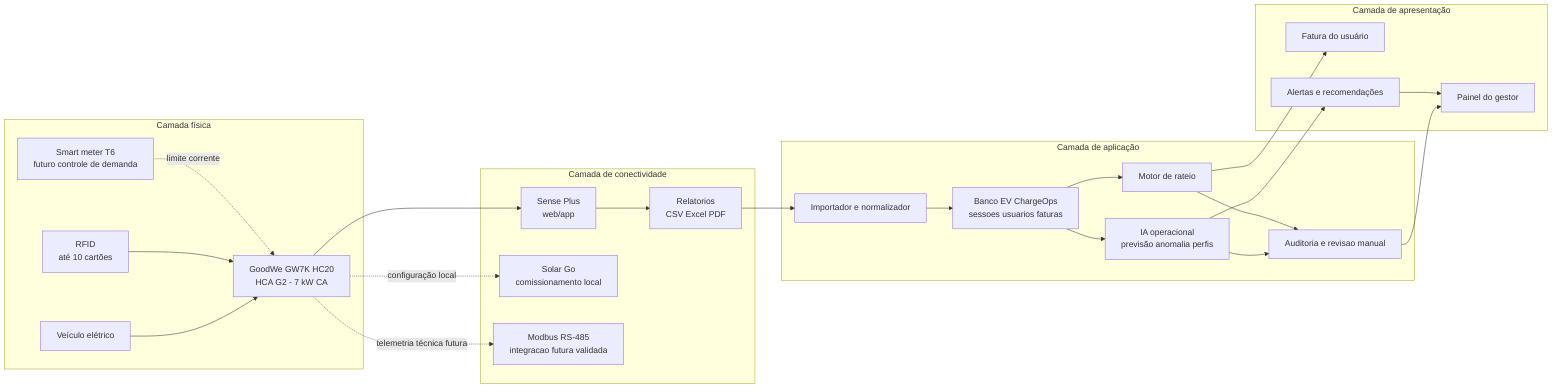
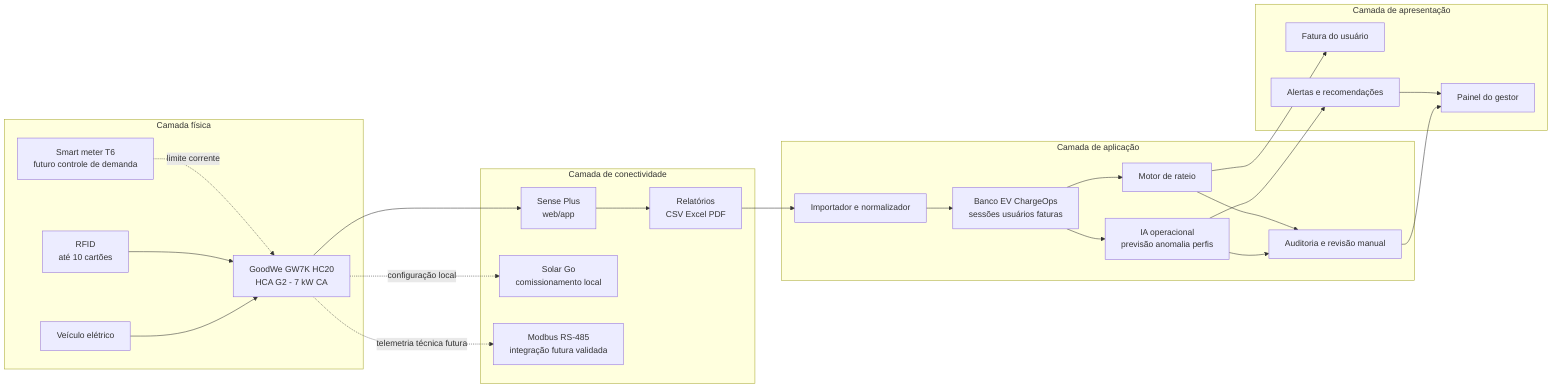
flowchart LR
  subgraph Fisica["Camada física"]
    EV["Veículo elétrico"]
    CHG["GoodWe GW7K HC20\nHCA G2 - 7 kW CA"]
    RFID["RFID\naté 10 cartões"]
    METER["Smart meter T6\nfuturo controle de demanda"]
  end

  subgraph Conectividade["Camada de conectividade"]
    SENSE["Sense Plus\nweb/app"]
    SOLAR["Solar Go\ncomissionamento local"]
-     MODBUS["Modbus RS-485\nintegracao futura validada"]
-     EXPORT["Relatorios\nCSV Excel PDF"]
+     MODBUS["Modbus RS-485\nintegração futura validada"]
+     EXPORT["Relatórios\nCSV Excel PDF"]
  end

  subgraph Aplicacao["Camada de aplicação"]
    IMPORT["Importador e normalizador"]
-     DB["Banco EV ChargeOps\nsessoes usuarios faturas"]
+     DB["Banco EV ChargeOps\nsessões usuários faturas"]
    RATEIO["Motor de rateio"]
    AI["IA operacional\nprevisão anomalia perfis"]
-     AUDIT["Auditoria e revisao manual"]
+     AUDIT["Auditoria e revisão manual"]
  end

  subgraph Interfaces["Camada de apresentação"]
    MANAGER["Painel do gestor"]
    USER["Fatura do usuário"]
    ALERTS["Alertas e recomendações"]
  end

  EV --> CHG
  RFID --> CHG
  METER -. limite corrente .-> CHG
  CHG --> SENSE
  CHG -. configuração local .-> SOLAR
  CHG -. telemetria técnica futura .-> MODBUS
  SENSE --> EXPORT
  EXPORT --> IMPORT
  IMPORT --> DB
  DB --> RATEIO
  DB --> AI
  AI --> AUDIT
  RATEIO --> AUDIT
  AUDIT --> MANAGER
  RATEIO --> USER
  AI --> ALERTS
  ALERTS --> MANAGER
